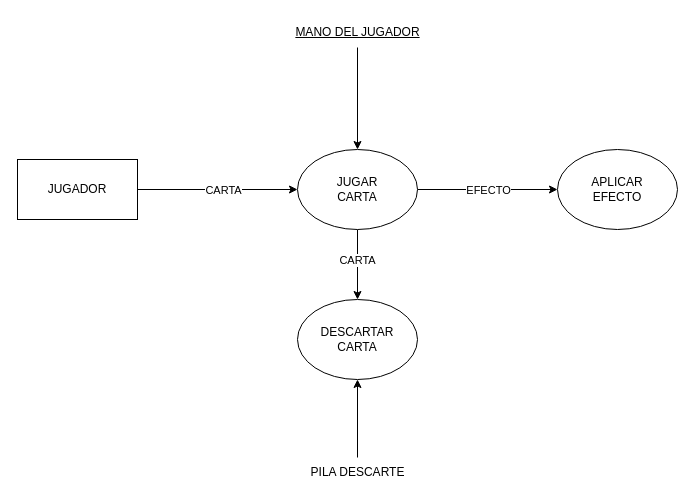
Above: take-home/casos_uso/9-jugar_carta.drawio in irmrz/ingenieria-software-1 (draw.io), before the change. Source tidied: cells renumbered, new cells numbered last; positions are measured from the earlier drawing's top-left corner, leaving out a move shared by most shapes. Both pictures are drawn from the tidied source at 100%, with x=0, y=0 at pixel (17, 17).
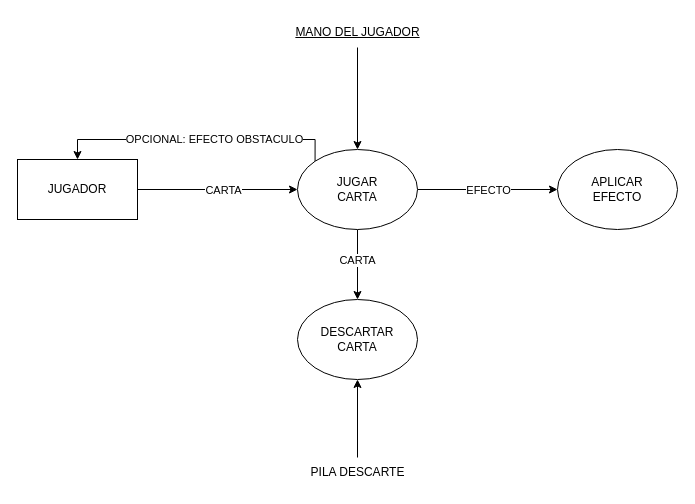
Above is the later version.

What changed in the source:
```diff
@@
 <mxGraphModel>
   <root>
     <mxCell id="0" />
     <mxCell id="1" parent="0" />
     <mxCell id="2" style="edgeStyle=orthogonalEdgeStyle;rounded=0;jettySize=auto;html=1;entryX=0;entryY=0.5;entryDx=0;entryDy=0;" parent="1" edge="1" source="4" target="9">
       <mxGeometry relative="1" as="geometry" />
     </mxCell>
     <mxCell id="3" value="CARTA" style="edgeLabel;html=1;align=center;verticalAlign=middle;" parent="2" vertex="1">
       <mxGeometry x="0.06" relative="1" as="geometry" />
     </mxCell>
     <mxCell id="4" value="JUGADOR" style="rounded=0;whiteSpace=wrap;html=1;" parent="1" vertex="1">
       <mxGeometry y="142" width="120" height="60" as="geometry" />
     </mxCell>
     <mxCell id="5" style="edgeStyle=orthogonalEdgeStyle;rounded=0;jettySize=auto;html=1;entryX=0;entryY=0.5;entryDx=0;entryDy=0;" parent="1" edge="1" source="9" target="10">
       <mxGeometry relative="1" as="geometry" />
     </mxCell>
     <mxCell id="6" value="EFECTO" style="edgeLabel;html=1;align=center;verticalAlign=middle;" parent="5" vertex="1">
       <mxGeometry relative="1" as="geometry" />
     </mxCell>
     <mxCell id="7" style="edgeStyle=orthogonalEdgeStyle;rounded=0;jettySize=auto;html=1;exitX=0.5;exitY=1;exitDx=0;exitDy=0;entryX=0.5;entryY=0;entryDx=0;entryDy=0;" parent="1" edge="1" source="9" target="13">
       <mxGeometry relative="1" as="geometry" />
     </mxCell>
     <mxCell id="8" value="CARTA" style="edgeLabel;html=1;align=center;verticalAlign=middle;" parent="7" vertex="1">
       <mxGeometry x="-0.14" y="-1" relative="1" as="geometry" />
     </mxCell>
+    <mxCell id="16" style="edgeStyle=orthogonalEdgeStyle;rounded=0;jettySize=auto;html=1;exitX=0;exitY=0;exitDx=0;exitDy=0;entryX=0.5;entryY=0;entryDx=0;entryDy=0;" parent="1" edge="1" source="9" target="4">
+      <mxGeometry relative="1" as="geometry">
+        <Array as="points">
+          <mxPoint x="298" y="122" />
+          <mxPoint x="60" y="122" />
+        </Array>
+      </mxGeometry>
+    </mxCell>
+    <mxCell id="17" value="OPCIONAL: EFECTO OBSTACULO" style="edgeLabel;html=1;align=center;verticalAlign=middle;" parent="16" vertex="1">
+      <mxGeometry x="-0.12" y="-1" relative="1" as="geometry" />
+    </mxCell>
     <mxCell id="9" value="&lt;div&gt;JUGAR&lt;/div&gt;&lt;div&gt;CARTA&lt;br&gt;&lt;/div&gt;" style="ellipse;whiteSpace=wrap;html=1;" parent="1" vertex="1">
       <mxGeometry x="280" y="132" width="120" height="80" as="geometry" />
     </mxCell>
     <mxCell id="10" value="&lt;div&gt;APLICAR&lt;/div&gt;&lt;div&gt;EFECTO&lt;br&gt;&lt;/div&gt;" style="ellipse;whiteSpace=wrap;html=1;" parent="1" vertex="1">
       <mxGeometry x="540" y="132" width="120" height="80" as="geometry" />
     </mxCell>
     <mxCell id="11" style="edgeStyle=orthogonalEdgeStyle;rounded=0;jettySize=auto;html=1;entryX=0.5;entryY=0;entryDx=0;entryDy=0;" parent="1" edge="1" source="12" target="9">
       <mxGeometry relative="1" as="geometry" />
     </mxCell>
     <mxCell id="12" value="&lt;u&gt;MANO DEL JUGADOR&lt;br&gt;&lt;/u&gt;" style="text;html=1;align=center;verticalAlign=middle;points=[];strokeColor=none;fillColor=none;" parent="1" vertex="1">
       <mxGeometry x="265" width="150" height="30" as="geometry" />
     </mxCell>
     <mxCell id="13" value="&lt;div&gt;DESCARTAR&lt;/div&gt;&lt;div&gt;CARTA&lt;br&gt;&lt;/div&gt;" style="ellipse;whiteSpace=wrap;html=1;" parent="1" vertex="1">
       <mxGeometry x="280" y="282" width="120" height="80" as="geometry" />
     </mxCell>
     <mxCell id="14" style="edgeStyle=orthogonalEdgeStyle;rounded=0;jettySize=auto;html=1;entryX=0.5;entryY=1;entryDx=0;entryDy=0;" parent="1" edge="1" source="15" target="13">
       <mxGeometry relative="1" as="geometry" />
     </mxCell>
     <mxCell id="15" value="PILA DESCARTE" style="text;html=1;align=center;verticalAlign=middle;points=[];strokeColor=none;fillColor=none;" parent="1" vertex="1">
       <mxGeometry x="280" y="440" width="120" height="30" as="geometry" />
     </mxCell>
   </root>
 </mxGraphModel>
```
